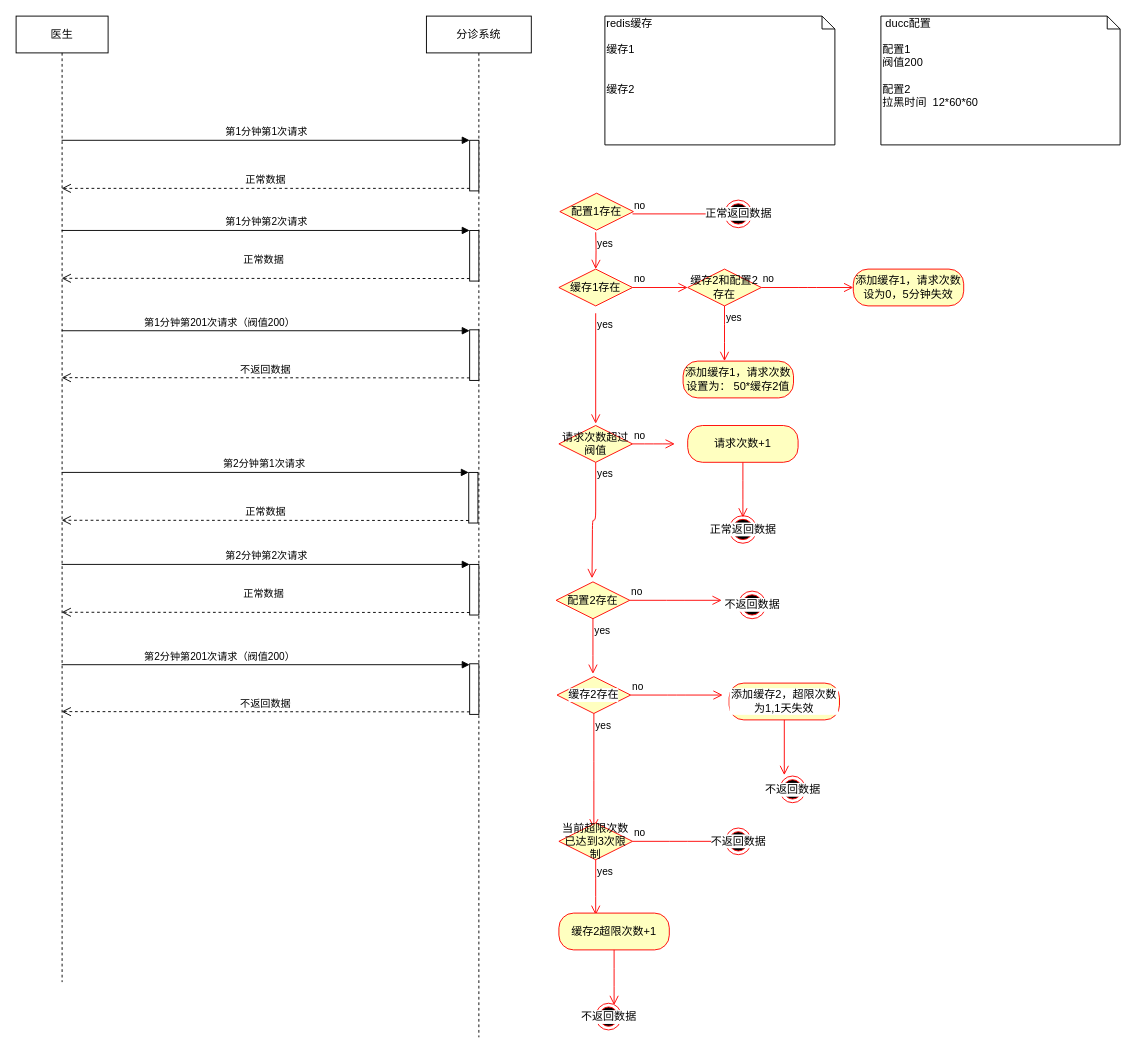
Above: drawio/work/防刷单处理.drawio in zhk0377/scalpel (draw.io), before the change. Source tidied: cells renumbered, new cells numbered last; positions are measured from the earlier drawing's top-left corner, leaving out a move shared by most shapes. Both pictures are drawn from the tidied source at 92%, with x=0, y=0 at pixel (16, 16).
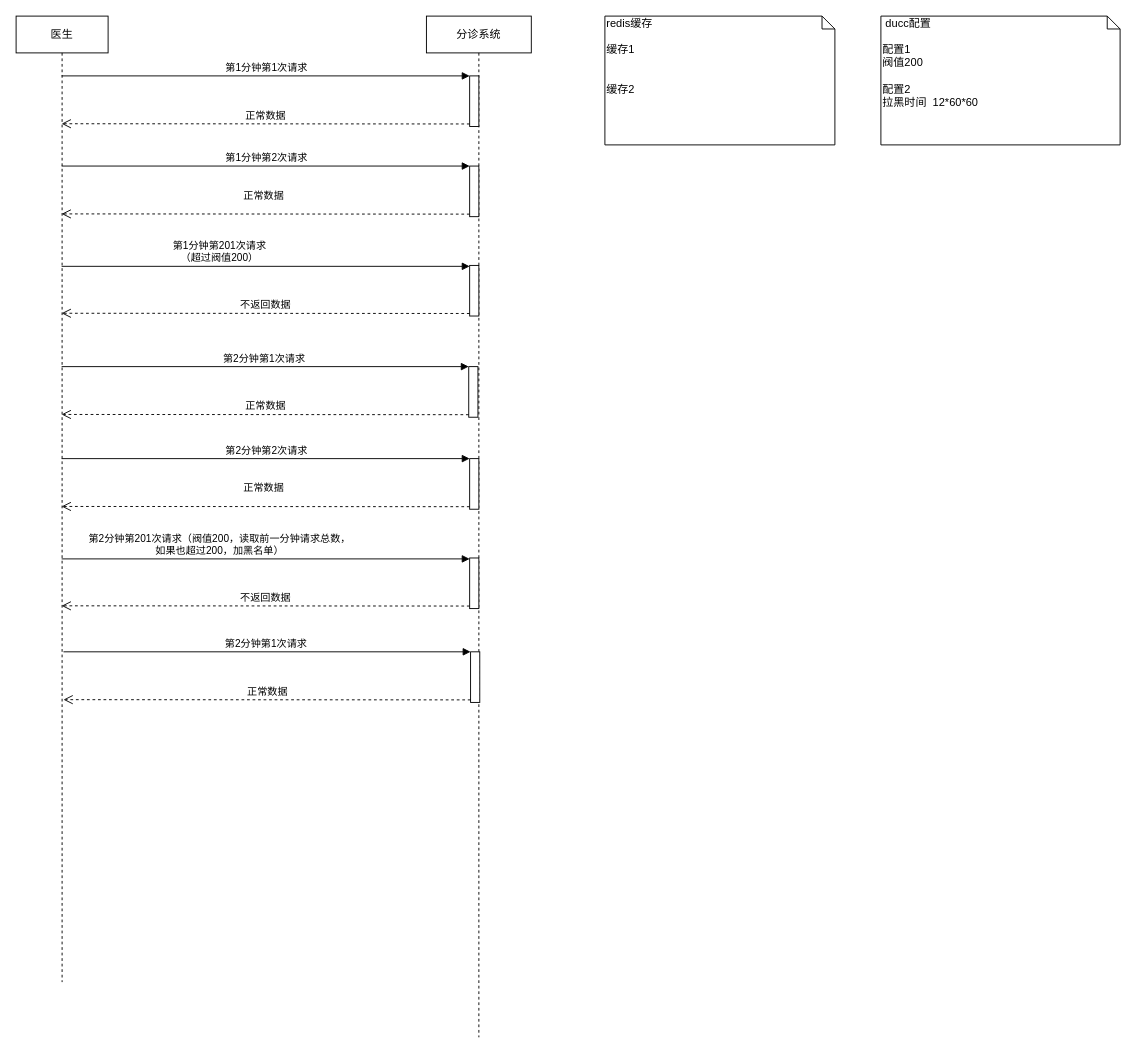
After the change.

Commit message:
更新防刷单处理.drawio

The change refers to these unchanged cells:
```xml
<mxCell id="2" value="医生" style="shape=umlLifeline;perimeter=lifelinePerimeter;whiteSpace=wrap;html=1;outlineConnect=0;" parent="1" vertex="1">
  <mxGeometry width="100" height="1050" as="geometry" />
</mxCell>
<mxCell id="3" value="分诊系统" style="shape=umlLifeline;perimeter=lifelinePerimeter;whiteSpace=wrap;html=1;" parent="1" vertex="1">
  <mxGeometry x="446" width="114" height="1110" as="geometry" />
</mxCell>
```

Change to the diagram source:
```diff
@@
     <mxCell id="4" style="html=1;points=[];perimeter=orthogonalPerimeter;" parent="3" vertex="1">
-      <mxGeometry x="47" y="135" width="10" height="55" as="geometry" />
+      <mxGeometry x="47" y="65" width="10" height="55" as="geometry" />
     </mxCell>
-    <mxCell id="5" value="no" style="edgeStyle=orthogonalEdgeStyle;html=1;align=left;verticalAlign=bottom;endArrow=open;endSize=8;strokeColor=#ff0000;" parent="3" edge="1" source="31">
-      <mxGeometry x="-1" relative="1" as="geometry">
-        <mxPoint x="270" y="465" as="targetPoint" />
-      </mxGeometry>
-    </mxCell>
-    <mxCell id="6" value="yes" style="edgeStyle=orthogonalEdgeStyle;html=1;align=left;verticalAlign=top;endArrow=open;endSize=8;strokeColor=#ff0000;exitX=0.5;exitY=1;exitDx=0;exitDy=0;" parent="3" edge="1" source="31">
-      <mxGeometry x="-1" relative="1" as="geometry">
-        <mxPoint x="180" y="611" as="targetPoint" />
-      </mxGeometry>
-    </mxCell>
-    <mxCell id="7" value="配置2存在" style="rhombus;whiteSpace=wrap;html=1;fillColor=#ffffc0;strokeColor=#ff0000;" parent="3" vertex="1">
-      <mxGeometry x="141" y="615" width="80" height="40" as="geometry" />
-    </mxCell>
-    <mxCell id="8" value="no" style="edgeStyle=orthogonalEdgeStyle;html=1;align=left;verticalAlign=bottom;endArrow=open;endSize=8;strokeColor=#ff0000;" parent="3" edge="1" source="7">
-      <mxGeometry x="-1" relative="1" as="geometry">
-        <mxPoint x="321" y="635" as="targetPoint" />
-      </mxGeometry>
-    </mxCell>
-    <mxCell id="9" value="yes" style="edgeStyle=orthogonalEdgeStyle;html=1;align=left;verticalAlign=top;endArrow=open;endSize=8;strokeColor=#ff0000;" parent="3" edge="1" source="7">
-      <mxGeometry x="-1" relative="1" as="geometry">
-        <mxPoint x="181" y="715" as="targetPoint" />
-      </mxGeometry>
-    </mxCell>
-    <mxCell id="10" value="缓存2存在" style="rhombus;whiteSpace=wrap;html=1;fillColor=#ffffc0;strokeColor=#ff0000;labelBackgroundColor=#ffffff;" parent="3" vertex="1">
-      <mxGeometry x="142" y="718" width="80" height="40" as="geometry" />
-    </mxCell>
-    <mxCell id="11" value="no" style="edgeStyle=orthogonalEdgeStyle;html=1;align=left;verticalAlign=bottom;endArrow=open;endSize=8;strokeColor=#ff0000;" parent="3" edge="1" source="10">
-      <mxGeometry x="-1" relative="1" as="geometry">
-        <mxPoint x="322" y="738" as="targetPoint" />
-      </mxGeometry>
-    </mxCell>
-    <mxCell id="12" value="yes" style="edgeStyle=orthogonalEdgeStyle;html=1;align=left;verticalAlign=top;endArrow=open;endSize=8;strokeColor=#ff0000;exitX=0.5;exitY=1;exitDx=0;exitDy=0;" parent="3" edge="1" source="10">
-      <mxGeometry x="-1" relative="1" as="geometry">
-        <mxPoint x="182" y="883" as="targetPoint" />
-      </mxGeometry>
-    </mxCell>
     <mxCell id="13" style="html=1;points=[];perimeter=orthogonalPerimeter;labelBackgroundColor=none;" parent="3" vertex="1">
-      <mxGeometry x="47" y="233" width="10" height="55" as="geometry" />
+      <mxGeometry x="47" y="163" width="10" height="55" as="geometry" />
     </mxCell>
     <mxCell id="14" style="html=1;points=[];perimeter=orthogonalPerimeter;labelBackgroundColor=none;" parent="3" vertex="1">
-      <mxGeometry x="47" y="341" width="10" height="55" as="geometry" />
+      <mxGeometry x="47" y="271" width="10" height="55" as="geometry" />
     </mxCell>
-    <mxCell id="15" value="第1分钟第1次请求" style="html=1;verticalAlign=bottom;endArrow=block;entryX=0;entryY=0;" parent="1" edge="1" source="2" target="4">
-      <mxGeometry relative="1" as="geometry" />
+    <mxCell id="15" value="第1分钟第1次请求" style="html=1;verticalAlign=bottom;endArrow=block;entryX=0;entryY=0;" parent="1" edge="1" target="4">
+      <mxGeometry relative="1" as="geometry">
+        <mxPoint x="49.5" y="65" as="sourcePoint" />
+      </mxGeometry>
     </mxCell>
-    <mxCell id="16" value="正常数据" style="html=1;verticalAlign=bottom;endArrow=open;dashed=1;endSize=8;exitX=0;exitY=0.95;" parent="1" edge="1" source="4" target="2">
-      <mxGeometry relative="1" as="geometry" />
+    <mxCell id="16" value="正常数据" style="html=1;verticalAlign=bottom;endArrow=open;dashed=1;endSize=8;exitX=0;exitY=0.95;" parent="1" edge="1" source="4">
+      <mxGeometry relative="1" as="geometry">
+        <mxPoint x="49.5" y="117" as="targetPoint" />
+      </mxGeometry>
     </mxCell>
@@
-    <mxCell id="19" value="配置1存在" style="rhombus;whiteSpace=wrap;html=1;fillColor=#ffffc0;strokeColor=#ff0000;" parent="1" vertex="1">
-      <mxGeometry x="591" y="192.5" width="80" height="40" as="geometry" />
-    </mxCell>
-    <mxCell id="20" value="no" style="edgeStyle=orthogonalEdgeStyle;html=1;align=left;verticalAlign=bottom;endArrow=open;endSize=8;strokeColor=#ff0000;" parent="1" edge="1">
-      <mxGeometry x="-1" relative="1" as="geometry">
-        <mxPoint x="670" y="215" as="sourcePoint" />
-        <mxPoint x="770" y="215" as="targetPoint" />
-      </mxGeometry>
-    </mxCell>
-    <mxCell id="21" value="yes" style="edgeStyle=orthogonalEdgeStyle;html=1;align=left;verticalAlign=top;endArrow=open;endSize=8;strokeColor=#ff0000;" parent="1" edge="1" target="23">
-      <mxGeometry x="-1" relative="1" as="geometry">
-        <mxPoint x="630" y="235" as="sourcePoint" />
-      </mxGeometry>
-    </mxCell>
-    <mxCell id="22" value="正常返回数据" style="ellipse;html=1;shape=endState;fillColor=#000000;strokeColor=#ff0000;labelBackgroundColor=#ffffff;" parent="1" vertex="1">
-      <mxGeometry x="770" y="200" width="30" height="30" as="geometry" />
-    </mxCell>
-    <mxCell id="23" value="缓存1存在" style="rhombus;whiteSpace=wrap;html=1;fillColor=#ffffc0;strokeColor=#ff0000;" parent="1" vertex="1">
-      <mxGeometry x="590" y="275" width="80" height="40" as="geometry" />
-    </mxCell>
-    <mxCell id="24" value="no" style="edgeStyle=orthogonalEdgeStyle;html=1;align=left;verticalAlign=bottom;endArrow=open;endSize=8;strokeColor=#ff0000;" parent="1" edge="1" source="23" target="26">
-      <mxGeometry x="-1" relative="1" as="geometry" />
-    </mxCell>
-    <mxCell id="25" value="yes" style="edgeStyle=orthogonalEdgeStyle;html=1;align=left;verticalAlign=top;endArrow=open;endSize=8;strokeColor=#ff0000;" parent="1" edge="1">
-      <mxGeometry x="-1" relative="1" as="geometry">
-        <mxPoint x="630" y="323" as="sourcePoint" />
-        <mxPoint x="630" y="443" as="targetPoint" />
-      </mxGeometry>
-    </mxCell>
-    <mxCell id="26" value="缓存2和配置2存在" style="rhombus;whiteSpace=wrap;html=1;fillColor=#ffffc0;strokeColor=#ff0000;" parent="1" vertex="1">
-      <mxGeometry x="730" y="275" width="80" height="40" as="geometry" />
-    </mxCell>
-    <mxCell id="27" value="no" style="edgeStyle=orthogonalEdgeStyle;html=1;align=left;verticalAlign=bottom;endArrow=open;endSize=8;strokeColor=#ff0000;" parent="1" edge="1" source="26">
-      <mxGeometry x="-1" relative="1" as="geometry">
-        <mxPoint x="910" y="295" as="targetPoint" />
-      </mxGeometry>
-    </mxCell>
-    <mxCell id="28" value="yes" style="edgeStyle=orthogonalEdgeStyle;html=1;align=left;verticalAlign=top;endArrow=open;endSize=8;strokeColor=#ff0000;" parent="1" edge="1" source="26">
-      <mxGeometry x="-1" relative="1" as="geometry">
-        <mxPoint x="770" y="375" as="targetPoint" />
-      </mxGeometry>
-    </mxCell>
-    <mxCell id="29" value="添加缓存1，请求次数设为0，5分钟失效" style="rounded=1;whiteSpace=wrap;html=1;arcSize=40;fontColor=#000000;fillColor=#ffffc0;strokeColor=#ff0000;" parent="1" vertex="1">
-      <mxGeometry x="910" y="275" width="120" height="40" as="geometry" />
-    </mxCell>
-    <mxCell id="30" value="添加缓存1，请求次数设置为： 50*缓存2值" style="rounded=1;whiteSpace=wrap;html=1;arcSize=40;fontColor=#000000;fillColor=#ffffc0;strokeColor=#ff0000;" parent="1" vertex="1">
-      <mxGeometry x="725" y="375" width="120" height="40" as="geometry" />
-    </mxCell>
-    <mxCell id="31" value="请求次数超过阀值" style="rhombus;whiteSpace=wrap;html=1;fillColor=#ffffc0;strokeColor=#ff0000;" parent="1" vertex="1">
-      <mxGeometry x="590" y="445" width="80" height="40" as="geometry" />
-    </mxCell>
-    <mxCell id="32" value="请求次数+1" style="rounded=1;whiteSpace=wrap;html=1;arcSize=40;fontColor=#000000;fillColor=#ffffc0;strokeColor=#ff0000;" parent="1" vertex="1">
-      <mxGeometry x="730" y="445" width="120" height="40" as="geometry" />
-    </mxCell>
-    <mxCell id="33" style="edgeStyle=orthogonalEdgeStyle;html=1;verticalAlign=bottom;endArrow=open;endSize=8;strokeColor=#ff0000;" parent="1" edge="1" source="32">
-      <mxGeometry relative="1" as="geometry">
-        <mxPoint x="790" y="545" as="targetPoint" />
-      </mxGeometry>
-    </mxCell>
-    <mxCell id="34" value="正常返回数据" style="ellipse;html=1;shape=endState;fillColor=#000000;strokeColor=#ff0000;labelBackgroundColor=#ffffff;" parent="1" vertex="1">
-      <mxGeometry x="775" y="543" width="30" height="30" as="geometry" />
-    </mxCell>
-    <mxCell id="35" value="不返回数据" style="ellipse;html=1;shape=endState;fillColor=#000000;strokeColor=#ff0000;labelBackgroundColor=#ffffff;" parent="1" vertex="1">
-      <mxGeometry x="785" y="625" width="30" height="30" as="geometry" />
-    </mxCell>
-    <mxCell id="36" value="添加缓存2，超限次数为1,1天失效" style="rounded=1;whiteSpace=wrap;html=1;arcSize=40;fontColor=#000000;fillColor=#ffffc0;strokeColor=#ff0000;labelBackgroundColor=#ffffff;" parent="1" vertex="1">
-      <mxGeometry x="775" y="725" width="120" height="40" as="geometry" />
-    </mxCell>
-    <mxCell id="37" style="edgeStyle=orthogonalEdgeStyle;html=1;verticalAlign=bottom;endArrow=open;endSize=8;strokeColor=#ff0000;" parent="1" edge="1">
-      <mxGeometry relative="1" as="geometry">
-        <mxPoint x="835" y="765" as="sourcePoint" />
-        <mxPoint x="835" y="825" as="targetPoint" />
-      </mxGeometry>
-    </mxCell>
-    <mxCell id="38" value="不返回数据" style="ellipse;html=1;shape=endState;fillColor=#000000;strokeColor=#ff0000;labelBackgroundColor=#ffffff;" parent="1" vertex="1">
-      <mxGeometry x="830" y="826" width="28" height="29" as="geometry" />
-    </mxCell>
-    <mxCell id="39" value="当前超限次数已达到3次限制" style="rhombus;whiteSpace=wrap;html=1;fillColor=#ffffc0;strokeColor=#ff0000;labelBackgroundColor=none;" parent="1" vertex="1">
-      <mxGeometry x="590" y="877" width="80" height="40" as="geometry" />
-    </mxCell>
-    <mxCell id="40" value="no" style="edgeStyle=orthogonalEdgeStyle;html=1;align=left;verticalAlign=bottom;endArrow=open;endSize=8;strokeColor=#ff0000;" parent="1" edge="1" source="39">
-      <mxGeometry x="-1" relative="1" as="geometry">
-        <mxPoint x="770" y="897" as="targetPoint" />
-      </mxGeometry>
-    </mxCell>
-    <mxCell id="41" value="yes" style="edgeStyle=orthogonalEdgeStyle;html=1;align=left;verticalAlign=top;endArrow=open;endSize=8;strokeColor=#ff0000;" parent="1" edge="1" source="39">
-      <mxGeometry x="-1" relative="1" as="geometry">
-        <mxPoint x="630" y="977" as="targetPoint" />
-      </mxGeometry>
-    </mxCell>
-    <mxCell id="42" value="不返回数据" style="ellipse;html=1;shape=endState;fillColor=#000000;strokeColor=#ff0000;labelBackgroundColor=#ffffff;" parent="1" vertex="1">
-      <mxGeometry x="771" y="882.5" width="28" height="29" as="geometry" />
-    </mxCell>
-    <mxCell id="43" value="缓存2超限次数+1" style="rounded=1;whiteSpace=wrap;html=1;arcSize=40;fontColor=#000000;fillColor=#ffffc0;strokeColor=#ff0000;labelBackgroundColor=none;" parent="1" vertex="1">
-      <mxGeometry x="590" y="975" width="120" height="40" as="geometry" />
-    </mxCell>
-    <mxCell id="44" style="edgeStyle=orthogonalEdgeStyle;html=1;verticalAlign=bottom;endArrow=open;endSize=8;strokeColor=#ff0000;" parent="1" edge="1" source="43">
-      <mxGeometry relative="1" as="geometry">
-        <mxPoint x="650" y="1075" as="targetPoint" />
-      </mxGeometry>
-    </mxCell>
-    <mxCell id="45" value="不返回数据" style="ellipse;html=1;shape=endState;fillColor=#000000;strokeColor=#ff0000;labelBackgroundColor=#ffffff;" parent="1" vertex="1">
-      <mxGeometry x="630" y="1073" width="28" height="29" as="geometry" />
-    </mxCell>
     <mxCell id="46" value="第1分钟第2次请求" style="html=1;verticalAlign=bottom;endArrow=block;entryX=0;entryY=0;" parent="1" edge="1" target="13">
       <mxGeometry relative="1" as="geometry">
-        <mxPoint x="49.5" y="233" as="sourcePoint" />
+        <mxPoint x="49.5" y="163" as="sourcePoint" />
       </mxGeometry>
     </mxCell>
     <mxCell id="47" value="正常数据" style="html=1;verticalAlign=bottom;endArrow=open;dashed=1;endSize=8;exitX=0;exitY=0.95;" parent="1" edge="1" source="13">
       <mxGeometry x="0.01" y="-11" relative="1" as="geometry">
-        <mxPoint x="49.5" y="285" as="targetPoint" />
+        <mxPoint x="49.5" y="215" as="targetPoint" />
       </mxGeometry>
     </mxCell>
-    <mxCell id="48" value="第1分钟第201次请求（阀值200）" style="html=1;verticalAlign=bottom;endArrow=block;entryX=0;entryY=0;" parent="1" edge="1">
+    <mxCell id="48" value="第1分钟第201次请求&lt;br&gt;（超过阀值200）" style="html=1;verticalAlign=bottom;endArrow=block;entryX=0;entryY=0;" parent="1" edge="1">
       <mxGeometry x="-0.23" relative="1" as="geometry">
-        <mxPoint x="49.5" y="342" as="sourcePoint" />
-        <mxPoint x="493" y="342" as="targetPoint" />
+        <mxPoint x="49.5" y="272" as="sourcePoint" />
+        <mxPoint x="493" y="272" as="targetPoint" />
       </mxGeometry>
     </mxCell>
     <mxCell id="49" value="不返回数据" style="html=1;verticalAlign=bottom;endArrow=open;dashed=1;endSize=8;exitX=0;exitY=0.95;" parent="1" edge="1" source="14">
       <mxGeometry relative="1" as="geometry">
-        <mxPoint x="49.5" y="393" as="targetPoint" />
+        <mxPoint x="49.5" y="323" as="targetPoint" />
       </mxGeometry>
     </mxCell>
     <mxCell id="50" style="html=1;points=[];perimeter=orthogonalPerimeter;" parent="1" vertex="1">
-      <mxGeometry x="492" y="496" width="10" height="55" as="geometry" />
+      <mxGeometry x="492" y="381" width="10" height="55" as="geometry" />
     </mxCell>
     <mxCell id="51" value="第2分钟第1次请求&amp;nbsp;" style="html=1;verticalAlign=bottom;endArrow=block;entryX=0;entryY=0;" parent="1" edge="1" target="50">
       <mxGeometry relative="1" as="geometry">
-        <mxPoint x="49.5" y="496" as="sourcePoint" />
+        <mxPoint x="49.5" y="381" as="sourcePoint" />
       </mxGeometry>
     </mxCell>
     <mxCell id="52" value="正常数据" style="html=1;verticalAlign=bottom;endArrow=open;dashed=1;endSize=8;exitX=0;exitY=0.95;" parent="1" edge="1" source="50">
       <mxGeometry relative="1" as="geometry">
-        <mxPoint x="49.5" y="548" as="targetPoint" />
+        <mxPoint x="49.5" y="433" as="targetPoint" />
       </mxGeometry>
     </mxCell>
     <mxCell id="53" style="html=1;points=[];perimeter=orthogonalPerimeter;labelBackgroundColor=none;" parent="1" vertex="1">
-      <mxGeometry x="493" y="596" width="10" height="55" as="geometry" />
+      <mxGeometry x="493" y="481" width="10" height="55" as="geometry" />
     </mxCell>
     <mxCell id="54" style="html=1;points=[];perimeter=orthogonalPerimeter;labelBackgroundColor=none;" parent="1" vertex="1">
-      <mxGeometry x="493" y="704" width="10" height="55" as="geometry" />
+      <mxGeometry x="493" y="589" width="10" height="55" as="geometry" />
     </mxCell>
     <mxCell id="55" value="第2分钟第2次请求" style="html=1;verticalAlign=bottom;endArrow=block;entryX=0;entryY=0;" parent="1" edge="1" target="53">
       <mxGeometry relative="1" as="geometry">
-        <mxPoint x="49.5" y="596" as="sourcePoint" />
+        <mxPoint x="49.5" y="481" as="sourcePoint" />
       </mxGeometry>
     </mxCell>
     <mxCell id="56" value="正常数据" style="html=1;verticalAlign=bottom;endArrow=open;dashed=1;endSize=8;exitX=0;exitY=0.95;" parent="1" edge="1" source="53">
       <mxGeometry x="0.01" y="-11" relative="1" as="geometry">
-        <mxPoint x="49.5" y="648" as="targetPoint" />
+        <mxPoint x="49.5" y="533" as="targetPoint" />
       </mxGeometry>
     </mxCell>
-    <mxCell id="57" value="第2分钟第201次请求（阀值200）" style="html=1;verticalAlign=bottom;endArrow=block;entryX=0;entryY=0;" parent="1" edge="1">
+    <mxCell id="57" value="第2分钟第201次请求（阀值200，读取前一分钟请求总数，&lt;br&gt;如果也超过200，加黑名单）" style="html=1;verticalAlign=bottom;endArrow=block;entryX=0;entryY=0;" parent="1" edge="1">
       <mxGeometry x="-0.23" relative="1" as="geometry">
-        <mxPoint x="49.5" y="705" as="sourcePoint" />
-        <mxPoint x="493" y="705" as="targetPoint" />
+        <mxPoint x="49.5" y="590" as="sourcePoint" />
+        <mxPoint x="493" y="590" as="targetPoint" />
       </mxGeometry>
     </mxCell>
     <mxCell id="58" value="不返回数据" style="html=1;verticalAlign=bottom;endArrow=open;dashed=1;endSize=8;exitX=0;exitY=0.95;" parent="1" edge="1" source="54">
       <mxGeometry relative="1" as="geometry">
-        <mxPoint x="49.5" y="756" as="targetPoint" />
+        <mxPoint x="49.5" y="641" as="targetPoint" />
       </mxGeometry>
     </mxCell>
+    <mxCell id="59" style="html=1;points=[];perimeter=orthogonalPerimeter;" parent="1" vertex="1">
+      <mxGeometry x="494" y="691" width="10" height="55" as="geometry" />
+    </mxCell>
+    <mxCell id="60" value="第2分钟第1次请求&amp;nbsp;" style="html=1;verticalAlign=bottom;endArrow=block;entryX=0;entryY=0;" parent="1" edge="1" target="59">
+      <mxGeometry relative="1" as="geometry">
+        <mxPoint x="51.5" y="691" as="sourcePoint" />
+      </mxGeometry>
+    </mxCell>
+    <mxCell id="61" value="正常数据" style="html=1;verticalAlign=bottom;endArrow=open;dashed=1;endSize=8;exitX=0;exitY=0.95;" parent="1" edge="1" source="59">
+      <mxGeometry relative="1" as="geometry">
+        <mxPoint x="51.5" y="743" as="targetPoint" />
+      </mxGeometry>
+    </mxCell>
```
